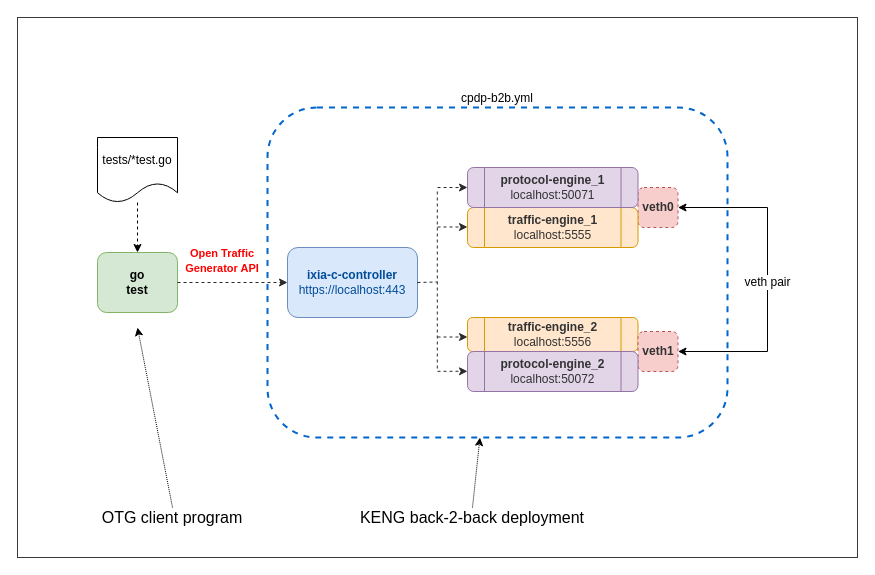
Above: page "cpdp-b2b" (5 of 9) of drawio/otg-examples.drawio in open-traffic-generator/otg-examples (draw.io), before the change. Source tidied: cells renumbered, new cells numbered last; positions are measured from the earlier drawing's top-left corner, leaving out a move shared by most shapes. Both pictures are drawn from the tidied source at 100%, with x=0, y=0 at pixel (17, 17).
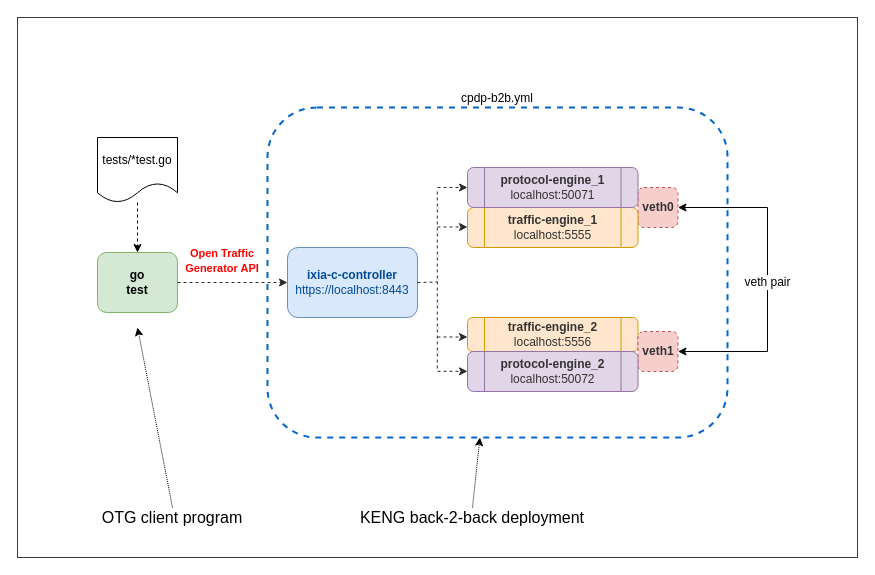
The same page after the edit.

Change to the diagram source:
```diff
@@
-    <mxCell id="9" value="&lt;font style=&quot;&quot; color=&quot;#004c99&quot;&gt;&lt;b&gt;ixia-c-controller&lt;/b&gt;&lt;br&gt;https://localhost:443&lt;br&gt;&lt;/font&gt;" style="rounded=1;whiteSpace=wrap;html=1;fillColor=#dae8fc;strokeColor=#6c8ebf;" parent="1" vertex="1">
+    <mxCell id="9" value="&lt;font style=&quot;&quot; color=&quot;#004c99&quot;&gt;&lt;b&gt;ixia-c-controller&lt;/b&gt;&lt;br&gt;https://localhost:8443&lt;br&gt;&lt;/font&gt;" style="rounded=1;whiteSpace=wrap;html=1;fillColor=#dae8fc;strokeColor=#6c8ebf;" parent="1" vertex="1">
       <mxGeometry x="270" y="230" width="130" height="70" as="geometry" />
     </mxCell>
```
